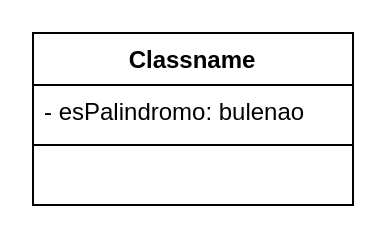
Before: Ejercicios A y B/UML.drawio in Enriquepardo/Ejercicios-clases-POO, a draw.io diagram. Source tidied: cells renumbered, new cells numbered last; positions are measured from the earlier drawing's top-left corner, leaving out a move shared by most shapes. Both pictures are drawn from the tidied source at 200%, with x=0, y=0 at pixel (32, 32).
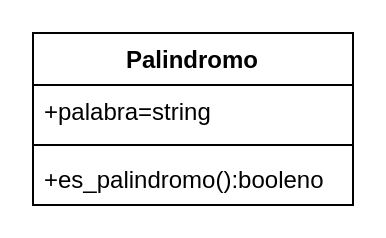
Above is the later version.

Diff of the diagram source:
```diff
@@
 <mxGraphModel>
   <root>
     <mxCell id="0" />
     <mxCell id="1" parent="0" />
-    <mxCell id="2" value="Classname" style="swimlane;fontStyle=1;align=center;verticalAlign=top;horizontal=1;startSize=26;" parent="1" vertex="1">
+    <mxCell id="2" value="Palindromo" style="swimlane;fontStyle=1;align=center;verticalAlign=top;horizontal=1;startSize=26;" parent="1" vertex="1">
       <mxGeometry width="160" height="86" as="geometry" />
     </mxCell>
-    <mxCell id="3" value="- esPalindromo: bulenao " style="text;strokeColor=none;fillColor=none;align=left;verticalAlign=top;spacingLeft=4;spacingRight=4;overflow=hidden;" parent="2" vertex="1">
+    <mxCell id="3" value="+palabra=string" style="text;strokeColor=none;fillColor=none;align=left;verticalAlign=top;spacingLeft=4;spacingRight=4;overflow=hidden;" parent="2" vertex="1">
       <mxGeometry y="26" width="160" height="26" as="geometry" />
     </mxCell>
     <mxCell id="4" style="line;strokeWidth=1;fillColor=none;align=left;verticalAlign=middle;spacingTop=-1;spacingLeft=3;spacingRight=3;labelPosition=right;strokeColor=inherit;" parent="2" vertex="1">
       <mxGeometry y="52" width="160" height="8" as="geometry" />
     </mxCell>
-    <mxCell id="5" value="                 " style="text;strokeColor=none;fillColor=none;align=left;verticalAlign=top;spacingLeft=4;spacingRight=4;overflow=hidden;" parent="2" vertex="1">
+    <mxCell id="5" value="+es_palindromo():booleno" style="text;strokeColor=none;fillColor=none;align=left;verticalAlign=top;spacingLeft=4;spacingRight=4;overflow=hidden;" parent="2" vertex="1">
       <mxGeometry y="60" width="160" height="26" as="geometry" />
     </mxCell>
   </root>
 </mxGraphModel>
```
